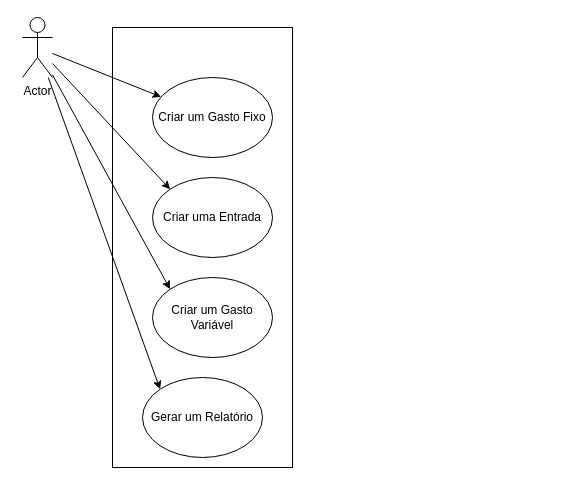
This is page "Casos de Uso" (2 of 2) of Untitled Diagram.drawio from ricardolopes86/budget-backend, a draw.io file, before an edit. Source tidied: cells renumbered, new cells numbered last; positions are measured from the earlier drawing's top-left corner, leaving out a move shared by most shapes. Both pictures are drawn from the tidied source at 100%, with x=0, y=0 at pixel (22, 17).
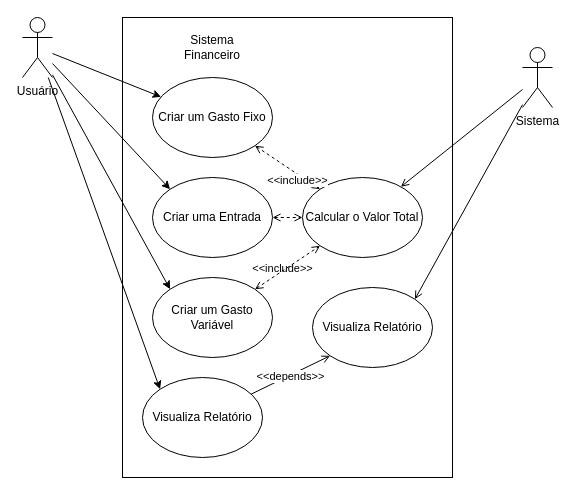
The same diagram, later.

Commit message:
Atualizando Casos de Uso

The change refers to these unchanged cells:
```xml
<mxCell id="7" value="Criar um Gasto Fixo" style="ellipse;whiteSpace=wrap;html=1;" parent="1" vertex="1">
  <mxGeometry x="130" y="60" width="120" height="80" as="geometry" />
</mxCell>
<mxCell id="8" value="Criar uma Entrada" style="ellipse;whiteSpace=wrap;html=1;" parent="1" vertex="1">
  <mxGeometry x="130" y="160" width="120" height="80" as="geometry" />
</mxCell>
<mxCell id="9" value="Criar um Gasto Variável" style="ellipse;whiteSpace=wrap;html=1;" parent="1" vertex="1">
  <mxGeometry x="130" y="260" width="120" height="80" as="geometry" />
</mxCell>
```

Diff of the diagram source:
```diff
@@
+    <mxCell id="11" style="rounded=0;whiteSpace=wrap;html=1;fillColor=none;" parent="1" vertex="1">
+      <mxGeometry x="100" width="330" height="460" as="geometry" />
+    </mxCell>
@@
-    <mxCell id="6" value="Actor" style="shape=umlActor;verticalLabelPosition=bottom;verticalAlign=top;html=1;outlineConnect=0;" parent="1" vertex="1">
+    <mxCell id="6" value="Usuário" style="shape=umlActor;verticalLabelPosition=bottom;verticalAlign=top;html=1;outlineConnect=0;" parent="1" vertex="1">
       <mxGeometry width="30" height="60" as="geometry" />
     </mxCell>
+    <mxCell id="12" style="edgeStyle=none;rounded=0;jettySize=auto;html=1;dashed=1;startArrow=open;startFill=0;endArrow=open;endFill=0;" parent="1" edge="1" source="7" target="19">
+      <mxGeometry relative="1" as="geometry" />
+    </mxCell>
+    <mxCell id="13" value="&amp;lt;&amp;lt;include&amp;gt;&amp;gt;" style="edgeLabel;html=1;align=center;verticalAlign=middle;" parent="12" vertex="1">
+      <mxGeometry x="0.03" y="-2" relative="1" as="geometry">
+        <mxPoint x="-5" y="98" as="offset" />
+      </mxGeometry>
+    </mxCell>
@@
+    <mxCell id="14" style="edgeStyle=none;rounded=0;jettySize=auto;html=1;entryX=0;entryY=0.5;entryDx=0;entryDy=0;dashed=1;endArrow=open;endFill=0;startArrow=open;startFill=0;" parent="1" edge="1" source="8" target="19">
+      <mxGeometry relative="1" as="geometry" />
+    </mxCell>
@@
+    <mxCell id="15" style="edgeStyle=none;rounded=0;jettySize=auto;html=1;entryX=0;entryY=1;entryDx=0;entryDy=0;dashed=1;startArrow=open;startFill=0;endArrow=open;endFill=0;" parent="1" edge="1" source="9" target="19">
+      <mxGeometry relative="1" as="geometry" />
+    </mxCell>
@@
+    <mxCell id="16" style="edgeStyle=none;rounded=0;jettySize=auto;html=1;entryX=0;entryY=1;entryDx=0;entryDy=0;startArrow=none;startFill=0;endArrow=open;endFill=0;" parent="1" edge="1" source="10" target="21">
+      <mxGeometry relative="1" as="geometry" />
+    </mxCell>
+    <mxCell id="17" value="&amp;lt;&amp;lt;depends&amp;gt;&amp;gt;" style="edgeLabel;html=1;align=center;verticalAlign=middle;" parent="16" vertex="1">
+      <mxGeometry x="-0.03" y="-1" relative="1" as="geometry" />
+    </mxCell>
-    <mxCell id="10" value="Gerar um Relatório" style="ellipse;whiteSpace=wrap;html=1;" parent="1" vertex="1">
+    <mxCell id="10" value="Visualiza Relatório" style="ellipse;whiteSpace=wrap;html=1;" parent="1" vertex="1">
       <mxGeometry x="120" y="360" width="120" height="80" as="geometry" />
     </mxCell>
-    <mxCell id="11" style="rounded=0;whiteSpace=wrap;html=1;fillColor=none;" parent="1" vertex="1">
-      <mxGeometry x="90" y="10" width="180" height="440" as="geometry" />
-    </mxCell>
+    <mxCell id="18" value="Sistema Financeiro" style="text;html=1;strokeColor=none;fillColor=none;align=center;verticalAlign=middle;whiteSpace=wrap;rounded=0;" parent="1" vertex="1">
+      <mxGeometry x="160" y="15" width="60" height="30" as="geometry" />
+    </mxCell>
+    <mxCell id="19" value="Calcular o Valor Total" style="ellipse;whiteSpace=wrap;html=1;" parent="1" vertex="1">
+      <mxGeometry x="280" y="160" width="120" height="80" as="geometry" />
+    </mxCell>
+    <mxCell id="20" value="&amp;lt;&amp;lt;include&amp;gt;&amp;gt;" style="edgeLabel;html=1;align=center;verticalAlign=middle;" parent="1" vertex="1">
+      <mxGeometry x="274.7" y="162.1" as="geometry" />
+    </mxCell>
+    <mxCell id="21" value="Visualiza Relatório" style="ellipse;whiteSpace=wrap;html=1;" parent="1" vertex="1">
+      <mxGeometry x="290" y="270" width="120" height="80" as="geometry" />
+    </mxCell>
+    <mxCell id="22" style="edgeStyle=none;rounded=0;jettySize=auto;html=1;entryX=1;entryY=0;entryDx=0;entryDy=0;startArrow=none;startFill=0;endArrow=open;endFill=0;" parent="1" edge="1" source="24" target="21">
+      <mxGeometry relative="1" as="geometry" />
+    </mxCell>
+    <mxCell id="23" style="edgeStyle=none;rounded=0;jettySize=auto;html=1;startArrow=none;startFill=0;endArrow=open;endFill=0;" parent="1" edge="1" source="24" target="19">
+      <mxGeometry relative="1" as="geometry" />
+    </mxCell>
+    <mxCell id="24" value="Sistema" style="shape=umlActor;verticalLabelPosition=bottom;verticalAlign=top;html=1;outlineConnect=0;fillColor=none;" parent="1" vertex="1">
+      <mxGeometry x="500" y="30" width="30" height="60" as="geometry" />
+    </mxCell>
```
